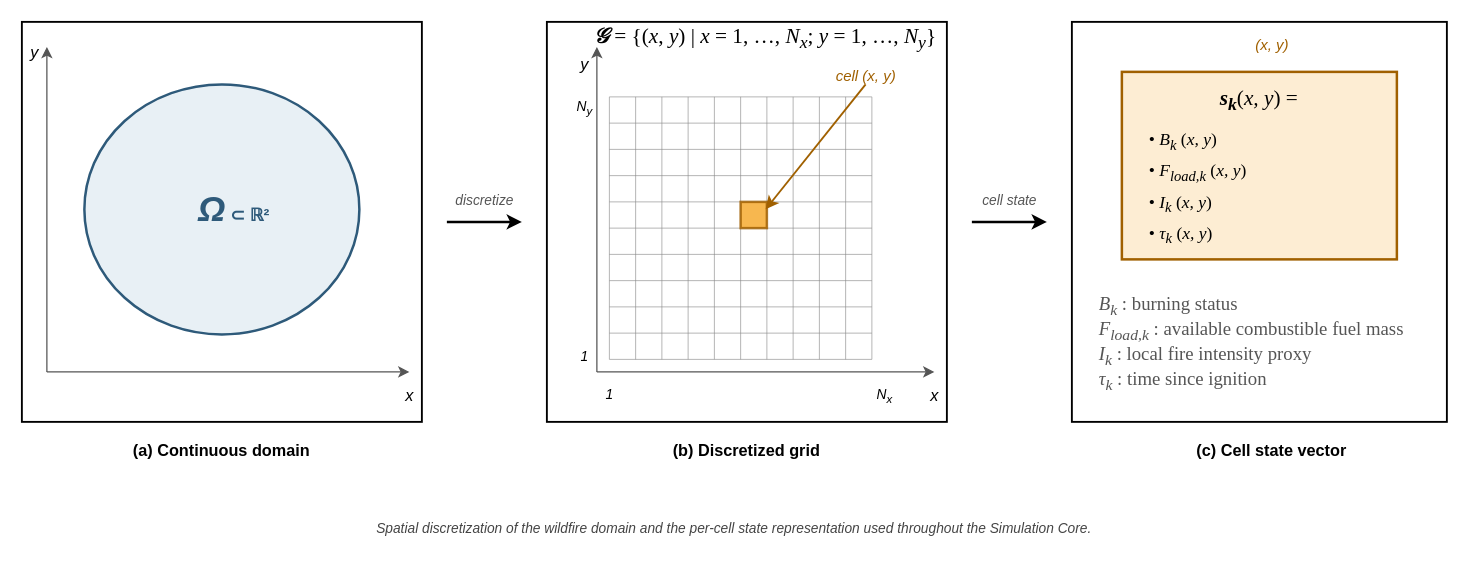
Above: page "CH4_GRID" (10 of 22) of 01_Thesis/BlockDiagram.drawio in northwind13/Enhanced_DSS (draw.io), before the change. Source tidied: cells renumbered, new cells numbered last; positions are measured from the earlier drawing's top-left corner, leaving out a move shared by most shapes. Both pictures are drawn from the tidied source at 125%, with x=0, y=0 at pixel (21, 21).
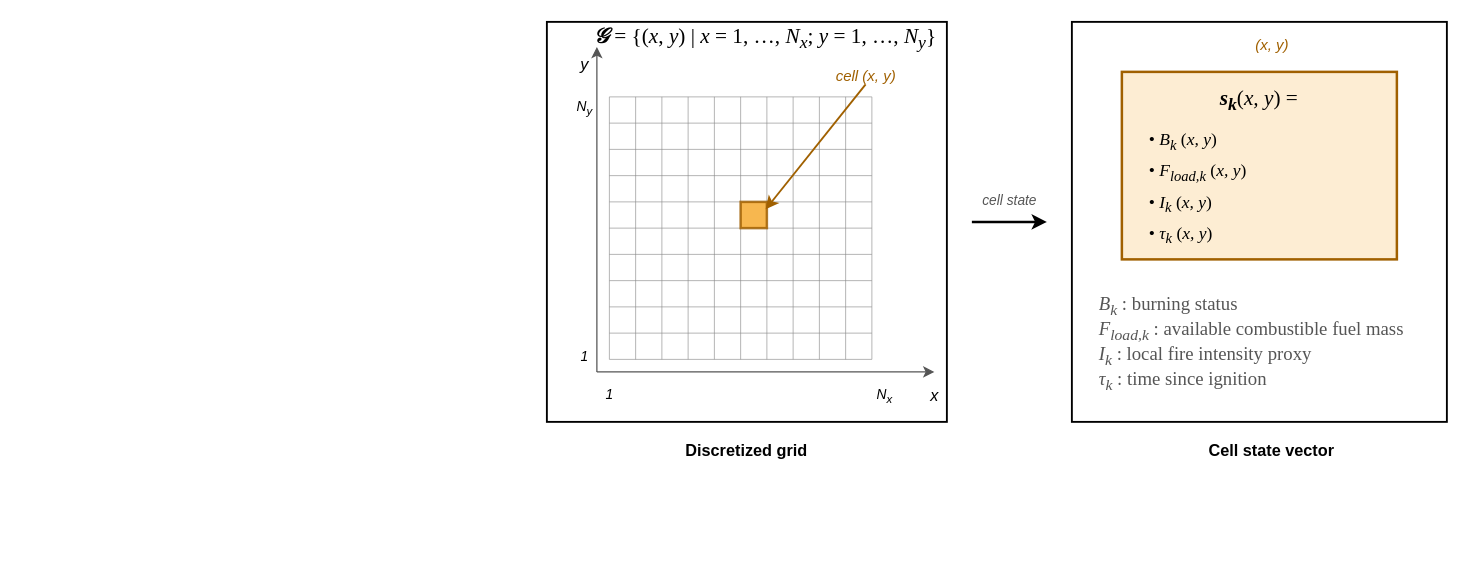
The same page after the edit.

The edit, as a diff of the source:
```diff
@@
-    <mxCell id="2" style="rounded=0;whiteSpace=wrap;html=1;fillColor=none;strokeColor=#000000;strokeWidth=1.5;" parent="1" vertex="1">
-      <mxGeometry width="320" height="320" as="geometry" />
-    </mxCell>
-    <mxCell id="3" style="ellipse;whiteSpace=wrap;html=1;fillColor=#E8F0F5;strokeColor=#2E5A7A;strokeWidth=2;" parent="1" vertex="1">
-      <mxGeometry x="50" y="50" width="220" height="200" as="geometry" />
-    </mxCell>
-    <mxCell id="4" value="&lt;font style=&quot;font-size: 28px;&quot;&gt;&lt;i&gt;&amp;Omega;&lt;/i&gt;&lt;/font&gt;&lt;font style=&quot;font-size: 14px;&quot;&gt; &amp;#8834; &amp;#8477;&amp;#178;&lt;/font&gt;" style="text;html=1;strokeColor=none;fillColor=none;align=center;verticalAlign=middle;whiteSpace=wrap;rounded=0;fontColor=#2E5A7A;fontStyle=1;" parent="1" vertex="1">
-      <mxGeometry x="110" y="130" width="120" height="40" as="geometry" />
-    </mxCell>
-    <mxCell id="5" style="endArrow=classic;html=1;rounded=0;strokeColor=#555555;strokeWidth=1;" parent="1" edge="1">
-      <mxGeometry relative="1" as="geometry">
-        <mxPoint x="20" y="280" as="sourcePoint" />
-        <mxPoint x="310" y="280" as="targetPoint" />
-      </mxGeometry>
-    </mxCell>
-    <mxCell id="6" value="&lt;i&gt;x&lt;/i&gt;" style="text;html=1;align=center;fontSize=13;" parent="1" vertex="1">
-      <mxGeometry x="300" y="285" width="20" height="20" as="geometry" />
-    </mxCell>
-    <mxCell id="7" style="endArrow=classic;html=1;rounded=0;strokeColor=#555555;strokeWidth=1;" parent="1" edge="1">
-      <mxGeometry relative="1" as="geometry">
-        <mxPoint x="20" y="280" as="sourcePoint" />
-        <mxPoint x="20" y="20" as="targetPoint" />
-      </mxGeometry>
-    </mxCell>
-    <mxCell id="8" value="&lt;i&gt;y&lt;/i&gt;" style="text;html=1;align=center;fontSize=13;" parent="1" vertex="1">
-      <mxGeometry y="10" width="20" height="20" as="geometry" />
-    </mxCell>
-    <mxCell id="9" value="(a) Continuous domain" style="text;html=1;strokeColor=none;fillColor=none;align=center;verticalAlign=middle;whiteSpace=wrap;rounded=0;fontSize=13;fontStyle=1;" parent="1" vertex="1">
-      <mxGeometry x="20" y="330" width="280" height="25" as="geometry" />
-    </mxCell>
-    <mxCell id="10" style="endArrow=classic;html=1;rounded=0;strokeColor=#000000;strokeWidth=2;" parent="1" edge="1">
-      <mxGeometry relative="1" as="geometry">
-        <mxPoint x="340" y="160" as="sourcePoint" />
-        <mxPoint x="400" y="160" as="targetPoint" />
-      </mxGeometry>
-    </mxCell>
-    <mxCell id="11" value="discretize" style="text;html=1;strokeColor=none;fillColor=none;align=center;fontSize=11;fontColor=#555555;fontStyle=2;" parent="1" vertex="1">
-      <mxGeometry x="330" y="130" width="80" height="20" as="geometry" />
-    </mxCell>
@@
-    <mxCell id="41" value="(b) Discretized grid" style="text;html=1;strokeColor=none;fillColor=none;align=center;verticalAlign=middle;whiteSpace=wrap;rounded=0;fontSize=13;fontStyle=1;" parent="1" vertex="1">
+    <mxCell id="41" value="Discretized grid" style="text;html=1;strokeColor=none;fillColor=none;align=center;verticalAlign=middle;whiteSpace=wrap;rounded=0;fontSize=13;fontStyle=1;" parent="1" vertex="1">
       <mxGeometry x="440" y="330" width="280" height="25" as="geometry" />
     </mxCell>
@@
-    <mxCell id="56" value="(c) Cell state vector" style="text;html=1;strokeColor=none;fillColor=none;align=center;verticalAlign=middle;whiteSpace=wrap;rounded=0;fontSize=13;fontStyle=1;" parent="1" vertex="1">
+    <mxCell id="56" value="Cell state vector" style="text;html=1;strokeColor=none;fillColor=none;align=center;verticalAlign=middle;whiteSpace=wrap;rounded=0;fontSize=13;fontStyle=1;" parent="1" vertex="1">
       <mxGeometry x="860" y="330" width="280" height="25" as="geometry" />
     </mxCell>
-    <mxCell id="57" value="Spatial discretization of the wildfire domain and the per-cell state representation used throughout the Simulation Core." style="text;html=1;strokeColor=none;fillColor=none;align=center;verticalAlign=middle;whiteSpace=wrap;rounded=0;fontSize=11;fontStyle=2;fontColor=#444444;" parent="1" vertex="1">
-      <mxGeometry x="20" y="390" width="1100" height="30" as="geometry" />
-    </mxCell>
```
